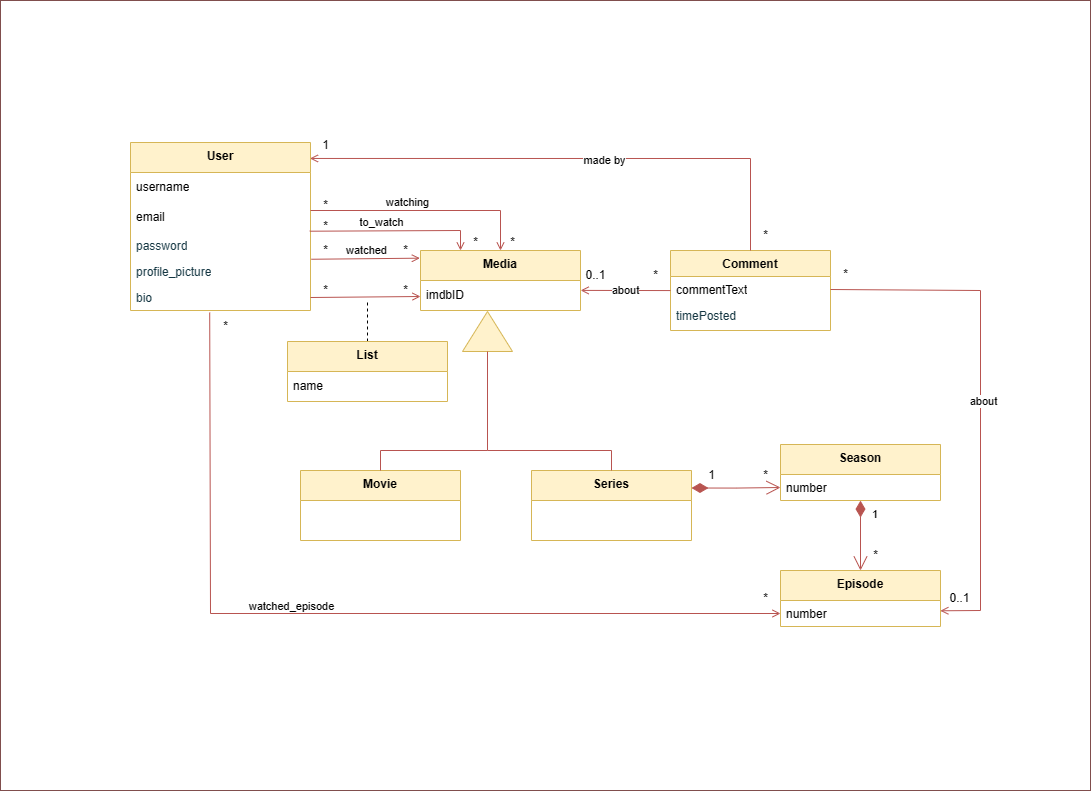
This is images/domain-model.drawio.png from Minipoloalex/Pocket-Cinema, a draw.io export, as it was before one commit. Source tidied: cells renumbered, new cells last; positions are measured from the earlier drawing's top-left corner, leaving out a move shared by most shapes.
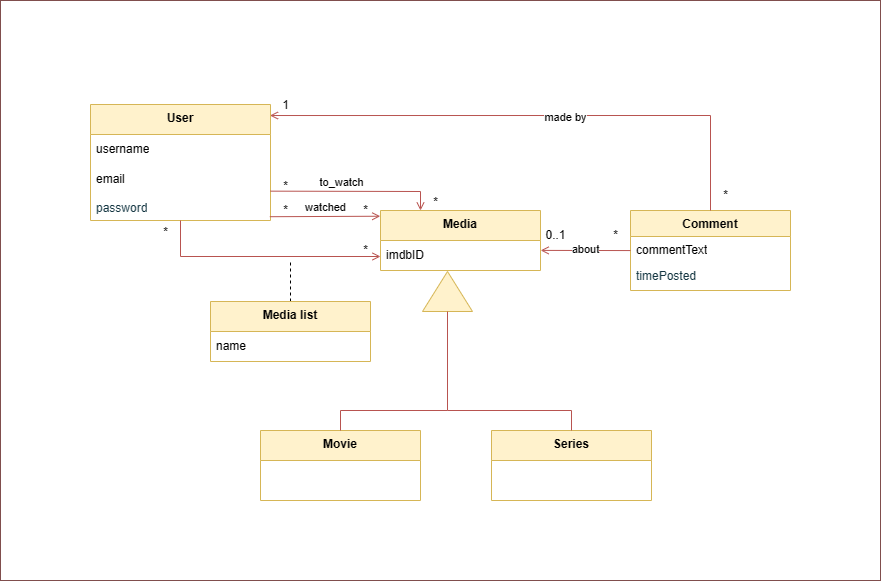
Above is the later version.

Commit message:
Updated domain-model to match our iteration goals

Change to the diagram source:
```diff
@@ -3,17 +3,11 @@
     <mxCell id="0" />
     <mxCell id="1" parent="0" />
     <mxCell id="2" style="rounded=0;whiteSpace=wrap;html=1;strokeColor=#804e4d;" parent="1" vertex="1">
-      <mxGeometry width="1090" height="790" as="geometry" />
+      <mxGeometry x="40" y="40" width="880" height="580" as="geometry" />
     </mxCell>
     <mxCell id="3" value="Movie" style="swimlane;fontStyle=1;align=center;verticalAlign=top;horizontal=1;startSize=30;whiteSpace=wrap;html=1;labelBackgroundColor=none;fillColor=#fff2cc;strokeColor=#d6b656;fontColor=default;" parent="1" vertex="1">
       <mxGeometry x="300" y="470" width="160" height="70" as="geometry" />
     </mxCell>
-    <mxCell id="4" value="Episode" style="swimlane;fontStyle=1;align=center;verticalAlign=top;horizontal=1;startSize=30;whiteSpace=wrap;html=1;labelBackgroundColor=none;fillColor=#fff2cc;strokeColor=#d6b656;" parent="1" vertex="1">
-      <mxGeometry x="780" y="570" width="160" height="56" as="geometry" />
-    </mxCell>
-    <mxCell id="5" value="number" style="text;strokeColor=none;fillColor=none;align=left;verticalAlign=top;spacingLeft=4;spacingRight=4;overflow=hidden;points=[[0,0.5],[1,0.5]];portConstraint=eastwest;whiteSpace=wrap;html=1;" parent="4" vertex="1">
-      <mxGeometry y="30" width="160" height="26" as="geometry" />
-    </mxCell>
     <mxCell id="6" value="Comment" style="swimlane;fontStyle=1;align=center;verticalAlign=top;horizontal=1;startSize=26;whiteSpace=wrap;html=1;labelBackgroundColor=none;fillColor=#fff2cc;strokeColor=#d6b656;" parent="1" vertex="1">
       <mxGeometry x="670" y="250" width="160" height="80" as="geometry" />
     </mxCell>
@@ -27,22 +21,10 @@
       <mxGeometry x="390" y="275" width="30" height="30" as="geometry" />
     </mxCell>
     <mxCell id="10" value="*" style="text;html=1;align=center;verticalAlign=middle;strokeColor=none;fillColor=none;" parent="1" vertex="1">
-      <mxGeometry x="310" y="275" width="30" height="30" as="geometry" />
+      <mxGeometry x="190" y="257" width="30" height="30" as="geometry" />
     </mxCell>
-    <mxCell id="11" value="*" style="text;html=1;align=center;verticalAlign=middle;strokeColor=none;fillColor=none;" parent="1" vertex="1">
-      <mxGeometry x="750" y="460" width="30" height="30" as="geometry" />
-    </mxCell>
-    <mxCell id="12" value="*" style="text;html=1;align=center;verticalAlign=middle;strokeColor=none;fillColor=none;" parent="1" vertex="1">
-      <mxGeometry x="860" y="540" width="30" height="30" as="geometry" />
-    </mxCell>
-    <mxCell id="13" value="Season" style="swimlane;fontStyle=1;align=center;verticalAlign=top;horizontal=1;startSize=30;whiteSpace=wrap;html=1;strokeColor=#d6b656;fillColor=#fff2cc;" parent="1" vertex="1">
-      <mxGeometry x="780" y="444" width="160" height="56" as="geometry" />
-    </mxCell>
-    <mxCell id="14" value="number" style="text;strokeColor=none;fillColor=none;align=left;verticalAlign=top;spacingLeft=4;spacingRight=4;overflow=hidden;points=[[0,0.5],[1,0.5]];portConstraint=eastwest;whiteSpace=wrap;html=1;" parent="13" vertex="1">
-      <mxGeometry y="30" width="160" height="26" as="geometry" />
-    </mxCell>
     <mxCell id="15" value="User" style="swimlane;fontStyle=1;horizontal=1;startSize=30;whiteSpace=wrap;html=1;fillColor=#fff2cc;strokeColor=#d6b656;verticalAlign=top;" parent="1" vertex="1">
-      <mxGeometry x="130" y="142" width="180" height="168" as="geometry" />
+      <mxGeometry x="130" y="144" width="180" height="116" as="geometry" />
     </mxCell>
     <mxCell id="16" value="username" style="text;strokeColor=none;fillColor=none;align=left;verticalAlign=middle;spacingLeft=4;spacingRight=4;overflow=hidden;whiteSpace=wrap;html=1;" parent="15" vertex="1">
       <mxGeometry y="30" width="180" height="30" as="geometry" />
@@ -53,12 +35,6 @@
     <mxCell id="18" value="password" style="text;strokeColor=none;fillColor=none;align=left;verticalAlign=top;spacingLeft=4;spacingRight=4;overflow=hidden;points=[[0,0.5],[1,0.5]];portConstraint=eastwest;whiteSpace=wrap;html=1;labelBackgroundColor=none;rounded=0;fontColor=#143642;" parent="15" vertex="1">
       <mxGeometry y="90" width="180" height="26" as="geometry" />
     </mxCell>
-    <mxCell id="19" value="profile_picture" style="text;strokeColor=none;fillColor=none;align=left;verticalAlign=top;spacingLeft=4;spacingRight=4;overflow=hidden;whiteSpace=wrap;html=1;labelBackgroundColor=none;rounded=0;fontColor=#143642;" parent="15" vertex="1">
-      <mxGeometry y="116" width="180" height="26" as="geometry" />
-    </mxCell>
-    <mxCell id="20" value="bio" style="text;strokeColor=none;fillColor=none;align=left;verticalAlign=top;spacingLeft=4;spacingRight=4;overflow=hidden;points=[[0,0.5],[1,0.5]];portConstraint=eastwest;whiteSpace=wrap;html=1;labelBackgroundColor=none;rounded=0;fontColor=#143642;" parent="15" vertex="1">
-      <mxGeometry y="142" width="180" height="26" as="geometry" />
-    </mxCell>
     <mxCell id="21" value="Media" style="swimlane;fontStyle=1;horizontal=1;startSize=30;whiteSpace=wrap;html=1;fillColor=#fff2cc;strokeColor=#d6b656;verticalAlign=top;" parent="1" vertex="1">
       <mxGeometry x="420" y="250" width="160" height="60" as="geometry" />
     </mxCell>
@@ -71,9 +47,12 @@
     <mxCell id="24" value="Series" style="swimlane;fontStyle=1;horizontal=1;startSize=30;whiteSpace=wrap;html=1;fillColor=#fff2cc;strokeColor=#d6b656;verticalAlign=top;" parent="1" vertex="1">
       <mxGeometry x="531" y="470" width="160" height="70" as="geometry" />
     </mxCell>
-    <mxCell id="25" style="endArrow=open;html=1;rounded=0;fillColor=#f8cecc;strokeColor=#b85450;entryX=0;entryY=0.5;entryDx=0;entryDy=0;exitX=1;exitY=0.5;exitDx=0;exitDy=0;startArrow=none;startFill=0;endFill=0;" parent="1" edge="1" source="20">
+    <mxCell id="25" style="endArrow=open;html=1;rounded=0;fillColor=#f8cecc;strokeColor=#b85450;entryX=0;entryY=0.5;entryDx=0;entryDy=0;exitX=0.5;exitY=1;exitDx=0;exitDy=0;startArrow=none;startFill=0;endFill=0;" parent="1" edge="1" source="15">
       <mxGeometry relative="1" as="geometry">
         <mxPoint x="420" y="296" as="targetPoint" />
+        <Array as="points">
+          <mxPoint x="220" y="296" />
+        </Array>
       </mxGeometry>
     </mxCell>
     <mxCell id="26" style="endArrow=none;html=1;rounded=0;fillColor=#f8cecc;strokeColor=#b85450;exitX=0.5;exitY=0;exitDx=0;exitDy=0;entryX=0;entryY=0.5;entryDx=0;entryDy=0;" parent="1" edge="1" source="3" target="23">
@@ -95,18 +74,13 @@
     <mxCell id="28" style="endArrow=none;html=1;rounded=0;fillColor=#f8cecc;strokeColor=#b85450;exitX=0.997;exitY=0.095;exitDx=0;exitDy=0;exitPerimeter=0;entryX=0.5;entryY=0;entryDx=0;entryDy=0;startArrow=open;startFill=0;" parent="1" edge="1" source="15" target="6">
       <mxGeometry relative="1" as="geometry">
         <Array as="points">
-          <mxPoint x="750" y="158" />
+          <mxPoint x="750" y="155" />
         </Array>
       </mxGeometry>
     </mxCell>
     <mxCell id="29" value="made by" style="edgeLabel;html=1;align=center;verticalAlign=middle;" parent="28" vertex="1">
       <mxGeometry x="0.1" y="-1" relative="1" as="geometry" />
     </mxCell>
-    <mxCell id="30" value="1" style="endArrow=open;html=1;endSize=12;startArrow=diamondThin;startSize=14;startFill=1;edgeStyle=orthogonalEdgeStyle;align=left;verticalAlign=bottom;rounded=0;exitX=0.5;exitY=1.002;exitDx=0;exitDy=0;exitPerimeter=0;entryX=0.5;entryY=0;entryDx=0;entryDy=0;fillColor=#f8cecc;strokeColor=#b85450;" parent="1" edge="1" target="4">
-      <mxGeometry x="-0.34" y="10" relative="1" as="geometry">
-        <mxPoint x="860" y="500.1" as="sourcePoint" />
-      </mxGeometry>
-    </mxCell>
     <mxCell id="31" style="endArrow=none;html=1;rounded=0;entryX=0;entryY=0.541;entryDx=0;entryDy=0;exitX=1.001;exitY=0.33;exitDx=0;exitDy=0;exitPerimeter=0;entryPerimeter=0;fillColor=#f8cecc;strokeColor=#B85450;startArrow=open;startFill=0;" parent="1" edge="1" source="22" target="7">
       <mxGeometry relative="1" as="geometry" />
     </mxCell>
@@ -121,26 +95,6 @@
     <mxCell id="34" value="0..1" style="text;html=1;align=center;verticalAlign=middle;strokeColor=none;fillColor=none;" parent="1" vertex="1">
       <mxGeometry x="575" y="260" width="40" height="30" as="geometry" />
     </mxCell>
-    <mxCell id="35" value="0..1" style="text;html=1;align=center;verticalAlign=middle;strokeColor=none;fillColor=none;" parent="1" vertex="1">
-      <mxGeometry x="939" y="583" width="40" height="30" as="geometry" />
-    </mxCell>
-    <mxCell id="36" style="endArrow=none;html=1;rounded=0;entryX=1;entryY=0.5;entryDx=0;entryDy=0;exitX=0.999;exitY=0.011;exitDx=0;exitDy=0;exitPerimeter=0;fillColor=#f8cecc;strokeColor=#B85450;endFill=0;startArrow=open;startFill=0;" parent="1" edge="1" target="7">
-      <mxGeometry relative="1" as="geometry">
-        <mxPoint x="939.8" y="610.3" as="sourcePoint" />
-        <Array as="points">
-          <mxPoint x="980" y="610" />
-          <mxPoint x="980" y="290" />
-        </Array>
-      </mxGeometry>
-    </mxCell>
-    <mxCell id="37" value="about" style="edgeLabel;html=1;align=center;verticalAlign=middle;" parent="36" vertex="1">
-      <mxGeometry x="-0.15" y="-2" relative="1" as="geometry">
-        <mxPoint y="-34" as="offset" />
-      </mxGeometry>
-    </mxCell>
-    <mxCell id="38" value="*" style="text;html=1;align=center;verticalAlign=middle;strokeColor=none;fillColor=none;" parent="1" vertex="1">
-      <mxGeometry x="830" y="259" width="30" height="30" as="geometry" />
-    </mxCell>
     <mxCell id="39" value="*" style="text;html=1;align=center;verticalAlign=middle;strokeColor=none;fillColor=none;" parent="1" vertex="1">
       <mxGeometry x="750" y="220" width="30" height="30" as="geometry" />
     </mxCell>
@@ -149,22 +103,16 @@
     </mxCell>
     <mxCell id="41" style="endArrow=none;dashed=1;html=1;rounded=0;exitX=0.5;exitY=0;exitDx=0;exitDy=0;" parent="1" edge="1" source="42">
       <mxGeometry relative="1" as="geometry">
-        <mxPoint x="367" y="300" as="targetPoint" />
+        <mxPoint x="330" y="300" as="targetPoint" />
       </mxGeometry>
     </mxCell>
-    <mxCell id="42" value="List" style="swimlane;fontStyle=1;horizontal=1;startSize=30;whiteSpace=wrap;html=1;fillColor=#fff2cc;strokeColor=#d6b656;verticalAlign=top;" parent="1" vertex="1">
-      <mxGeometry x="287" y="341" width="160" height="60" as="geometry" />
+    <mxCell id="42" value="Media list" style="swimlane;fontStyle=1;horizontal=1;startSize=30;whiteSpace=wrap;html=1;fillColor=#fff2cc;strokeColor=#d6b656;verticalAlign=top;" parent="1" vertex="1">
+      <mxGeometry x="250" y="341" width="160" height="60" as="geometry" />
     </mxCell>
     <mxCell id="43" value="name" style="text;strokeColor=none;fillColor=none;align=left;verticalAlign=middle;spacingLeft=4;spacingRight=4;overflow=hidden;whiteSpace=wrap;html=1;" parent="42" vertex="1">
       <mxGeometry y="30" width="160" height="30" as="geometry" />
     </mxCell>
-    <mxCell id="44" style="endArrow=open;html=1;endSize=12;startArrow=diamondThin;startSize=14;startFill=1;edgeStyle=orthogonalEdgeStyle;align=left;verticalAlign=bottom;rounded=0;exitX=1;exitY=0.25;exitDx=0;exitDy=0;entryX=0;entryY=0.5;entryDx=0;entryDy=0;fillColor=#f8cecc;strokeColor=#b85450;" parent="1" edge="1" source="24" target="14">
-      <mxGeometry x="-1" y="8" relative="1" as="geometry" />
-    </mxCell>
-    <mxCell id="45" value="1" style="text;html=1;align=center;verticalAlign=middle;strokeColor=none;fillColor=none;" parent="1" vertex="1">
-      <mxGeometry x="696" y="460" width="30" height="30" as="geometry" />
-    </mxCell>
-    <mxCell id="46" style="endArrow=open;html=1;rounded=0;fillColor=#f8cecc;strokeColor=#b85450;entryX=-0.004;entryY=0.128;entryDx=0;entryDy=0;exitX=1.004;exitY=1.029;exitDx=0;exitDy=0;exitPerimeter=0;entryPerimeter=0;endFill=0;" parent="1" edge="1" source="18" target="21">
+    <mxCell id="46" style="endArrow=open;html=1;rounded=0;fillColor=#f8cecc;strokeColor=#b85450;entryX=0.992;entryY=0.691;entryDx=0;entryDy=0;exitX=-0.023;exitY=0.707;exitDx=0;exitDy=0;exitPerimeter=0;entryPerimeter=0;endFill=0;" parent="1" edge="1" source="51" target="50">
       <mxGeometry relative="1" as="geometry" />
     </mxCell>
     <mxCell id="47" value="watched" style="edgeLabel;html=1;align=center;verticalAlign=middle;" parent="46" vertex="1">
@@ -172,10 +120,10 @@
         <mxPoint x="6" y="-8" as="offset" />
       </mxGeometry>
     </mxCell>
-    <mxCell id="48" style="endArrow=open;html=1;rounded=0;fillColor=#f8cecc;strokeColor=#b85450;entryX=0.25;entryY=0;entryDx=0;entryDy=0;exitX=0.996;exitY=-0.05;exitDx=0;exitDy=0;exitPerimeter=0;endFill=0;" parent="1" edge="1" source="18" target="21">
+    <mxCell id="48" style="endArrow=open;html=1;rounded=0;fillColor=#f8cecc;strokeColor=#b85450;entryX=0.25;entryY=0;entryDx=0;entryDy=0;exitX=0;exitY=0.655;exitDx=0;exitDy=0;exitPerimeter=0;endFill=0;" parent="1" edge="1" source="52" target="21">
       <mxGeometry relative="1" as="geometry">
         <Array as="points">
-          <mxPoint x="460" y="230" />
+          <mxPoint x="460" y="231" />
         </Array>
       </mxGeometry>
     </mxCell>
@@ -196,42 +144,5 @@
     <mxCell id="53" value="*" style="text;html=1;align=center;verticalAlign=middle;strokeColor=none;fillColor=none;" parent="1" vertex="1">
       <mxGeometry x="460" y="227" width="30" height="30" as="geometry" />
     </mxCell>
-    <mxCell id="54" style="endArrow=open;html=1;rounded=0;fillColor=#f8cecc;strokeColor=#b85450;entryX=0.5;entryY=0;entryDx=0;entryDy=0;endFill=0;" parent="1" edge="1" target="21">
-      <mxGeometry relative="1" as="geometry">
-        <mxPoint x="310" y="210" as="sourcePoint" />
-        <Array as="points">
-          <mxPoint x="500" y="210" />
-        </Array>
-      </mxGeometry>
-    </mxCell>
-    <mxCell id="55" value="watching" style="edgeLabel;html=1;align=center;verticalAlign=middle;" parent="54" vertex="1">
-      <mxGeometry x="-0.12" y="1" relative="1" as="geometry">
-        <mxPoint x="-5" y="-8" as="offset" />
-      </mxGeometry>
-    </mxCell>
-    <mxCell id="56" value="*" style="text;html=1;align=center;verticalAlign=middle;strokeColor=none;fillColor=none;" parent="1" vertex="1">
-      <mxGeometry x="497" y="227" width="30" height="30" as="geometry" />
-    </mxCell>
-    <mxCell id="57" value="*" style="text;html=1;align=center;verticalAlign=middle;strokeColor=none;fillColor=none;" parent="1" vertex="1">
-      <mxGeometry x="310" y="190" width="30" height="30" as="geometry" />
-    </mxCell>
-    <mxCell id="58" style="endArrow=open;html=1;rounded=0;fillColor=#f8cecc;strokeColor=#b85450;entryX=0;entryY=0.5;entryDx=0;entryDy=0;exitX=0.44;exitY=1.079;exitDx=0;exitDy=0;exitPerimeter=0;endFill=0;" parent="1" edge="1" source="20" target="5">
-      <mxGeometry relative="1" as="geometry">
-        <Array as="points">
-          <mxPoint x="210" y="613" />
-        </Array>
-      </mxGeometry>
-    </mxCell>
-    <mxCell id="59" value="watched_episode" style="edgeLabel;html=1;align=center;verticalAlign=middle;" parent="58" vertex="1">
-      <mxGeometry x="0.1" y="-3" relative="1" as="geometry">
-        <mxPoint x="-99" y="-11" as="offset" />
-      </mxGeometry>
-    </mxCell>
-    <mxCell id="60" value="*" style="text;html=1;align=center;verticalAlign=middle;strokeColor=none;fillColor=none;" parent="1" vertex="1">
-      <mxGeometry x="210" y="311" width="30" height="30" as="geometry" />
-    </mxCell>
-    <mxCell id="61" value="*" style="text;html=1;align=center;verticalAlign=middle;strokeColor=none;fillColor=none;" parent="1" vertex="1">
-      <mxGeometry x="750" y="583" width="30" height="30" as="geometry" />
-    </mxCell>
   </root>
 </mxGraphModel>
```
